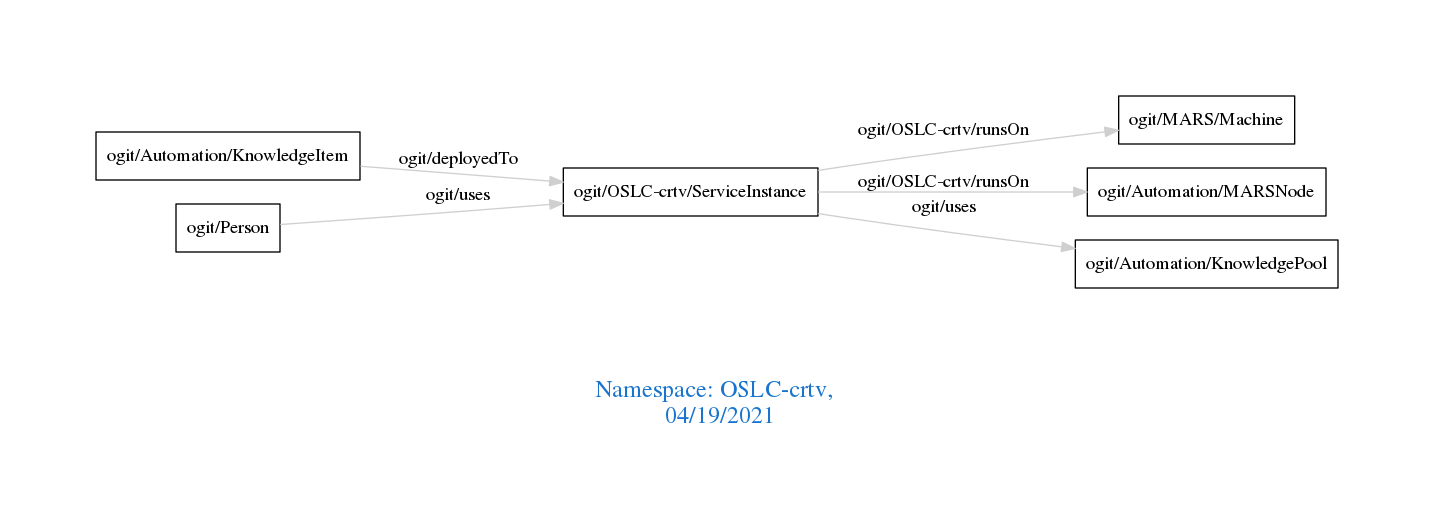
arago/OGIT keeps this Graphviz diagram as downloads/OSLC-crtv.png. Above is the earlier version. Its source is kept beside it as downloads/OSLC-crtv.dot.
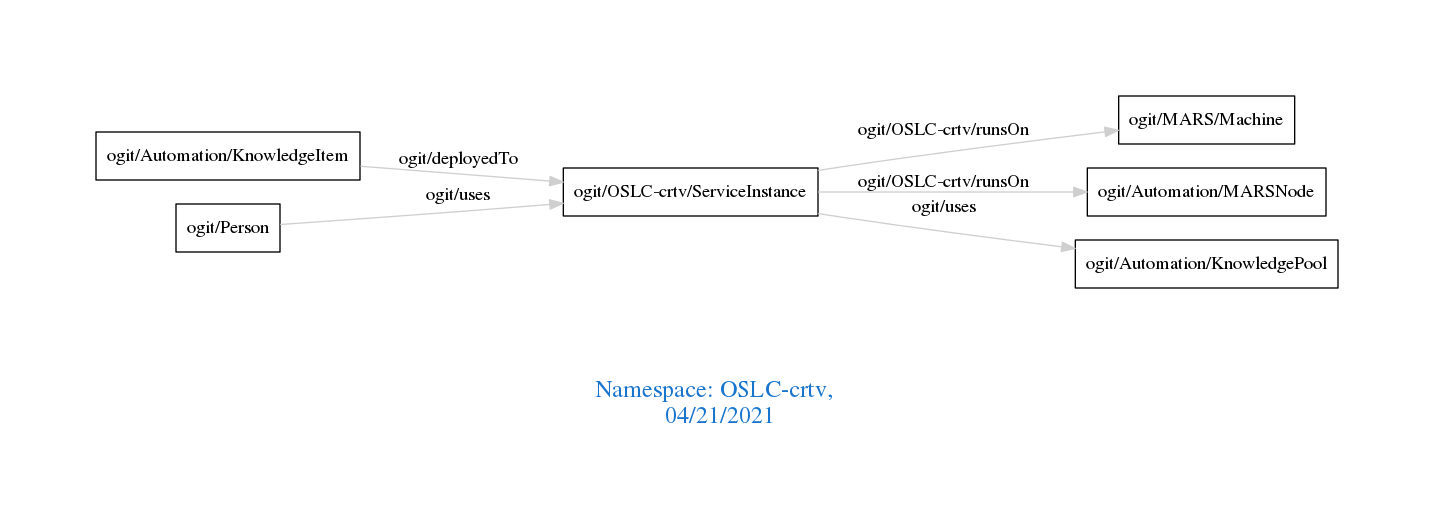
The same file after the commit.

Diff of the diagram source:
```diff
@@ -1,7 +1,7 @@
 digraph OGIT_ontology {
  graph [ rankdir= LR,pad=1
 fontsize = 18,
-fontcolor= dodgerblue3,label = "\n\n\nNamespace: OSLC-crtv, \n 04/19/2021"];
+fontcolor= dodgerblue3,label = "\n\n\nNamespace: OSLC-crtv, \n 04/21/2021"];
 node[shape=polygon];
 edge [  color="gray81"];
 
```
